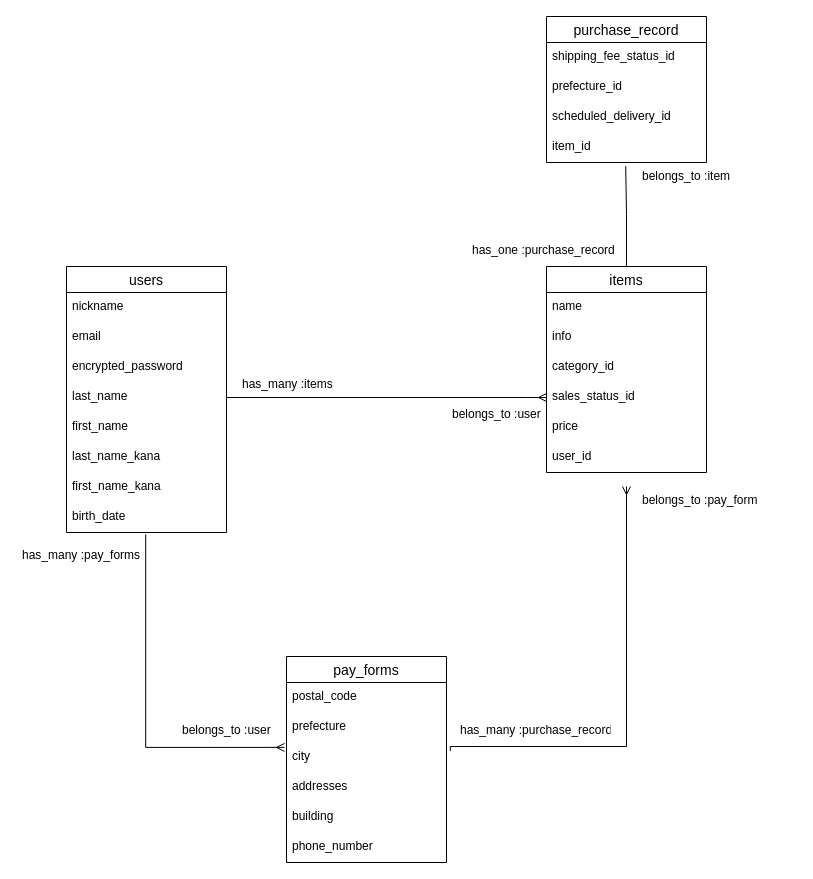
This is README.dio from kazuki-mura/furima-35491, a draw.io file, before an edit. Source tidied: cells renumbered, new cells numbered last; positions are measured from the earlier drawing's top-left corner, leaving out a move shared by most shapes. Both pictures are drawn from the tidied source at 100%, with x=0, y=0 at pixel (16, 16).
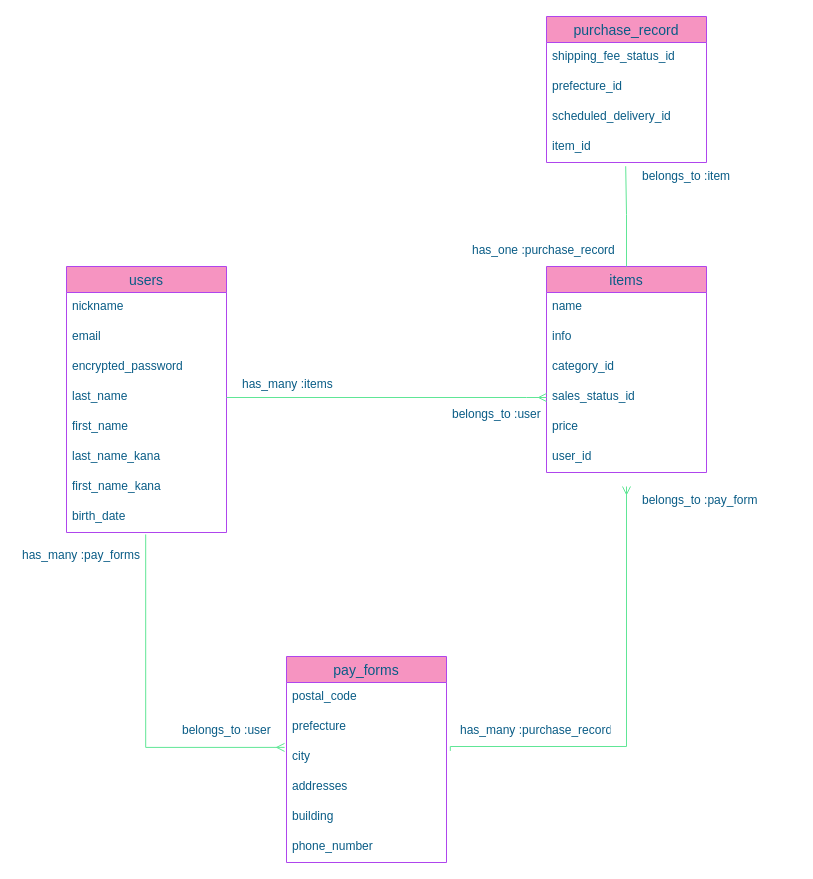
After the change.

Commit message (it also covers changes not shown here):
Basic認証を導入

The edit, as a diff of the source:
```diff
@@
-    <mxCell id="2" value="users" style="swimlane;fontStyle=0;horizontal=1;startSize=26;align=center;fontSize=14;" parent="1" vertex="1">
+    <mxCell id="2" value="users" style="swimlane;fontStyle=0;horizontal=1;startSize=26;align=center;fontSize=14;fillColor=#F694C1;strokeColor=#AF45ED;fontColor=#095C86;" parent="1" vertex="1">
       <mxGeometry x="50" y="250" width="160" height="266" as="geometry" />
     </mxCell>
-    <mxCell id="3" value="nickname" style="text;strokeColor=none;fillColor=none;spacingLeft=4;spacingRight=4;overflow=hidden;fontSize=12;fontFamily=Helvetica;" parent="2" vertex="1">
+    <mxCell id="3" value="nickname" style="text;strokeColor=none;fillColor=none;spacingLeft=4;spacingRight=4;overflow=hidden;fontSize=12;fontFamily=Helvetica;fontColor=#095C86;" parent="2" vertex="1">
       <mxGeometry y="26" width="160" height="30" as="geometry" />
     </mxCell>
-    <mxCell id="4" value="email" style="text;fillColor=none;spacingLeft=4;spacingRight=4;overflow=hidden;fontSize=12;" parent="2" vertex="1">
+    <mxCell id="4" value="email" style="text;fillColor=none;spacingLeft=4;spacingRight=4;overflow=hidden;fontSize=12;fontColor=#095C86;" parent="2" vertex="1">
       <mxGeometry y="56" width="160" height="30" as="geometry" />
     </mxCell>
-    <mxCell id="5" value="encrypted_password" style="text;strokeColor=none;fillColor=none;spacingLeft=4;spacingRight=4;overflow=hidden;fontSize=12;fontFamily=Helvetica;" parent="2" vertex="1">
+    <mxCell id="5" value="encrypted_password" style="text;strokeColor=none;fillColor=none;spacingLeft=4;spacingRight=4;overflow=hidden;fontSize=12;fontFamily=Helvetica;fontColor=#095C86;" parent="2" vertex="1">
       <mxGeometry y="86" width="160" height="30" as="geometry" />
     </mxCell>
-    <mxCell id="6" value="last_name" style="text;strokeColor=none;fillColor=none;spacingLeft=4;spacingRight=4;overflow=hidden;points=[[0,0.5],[1,0.5]];portConstraint=eastwest;fontSize=12;fontFamily=Helvetica;" parent="2" vertex="1">
+    <mxCell id="6" value="last_name" style="text;strokeColor=none;fillColor=none;spacingLeft=4;spacingRight=4;overflow=hidden;points=[[0,0.5],[1,0.5]];portConstraint=eastwest;fontSize=12;fontFamily=Helvetica;fontColor=#095C86;" parent="2" vertex="1">
       <mxGeometry y="116" width="160" height="30" as="geometry" />
     </mxCell>
-    <mxCell id="7" value="first_name " style="text;strokeColor=none;fillColor=none;spacingLeft=4;spacingRight=4;overflow=hidden;fontSize=12;fontFamily=Helvetica;" parent="2" vertex="1">
+    <mxCell id="7" value="first_name " style="text;strokeColor=none;fillColor=none;spacingLeft=4;spacingRight=4;overflow=hidden;fontSize=12;fontFamily=Helvetica;fontColor=#095C86;" parent="2" vertex="1">
       <mxGeometry y="146" width="160" height="30" as="geometry" />
     </mxCell>
-    <mxCell id="8" value="last_name_kana" style="text;strokeColor=none;fillColor=none;spacingLeft=4;spacingRight=4;overflow=hidden;fontSize=12;fontFamily=Helvetica;" parent="2" vertex="1">
+    <mxCell id="8" value="last_name_kana" style="text;strokeColor=none;fillColor=none;spacingLeft=4;spacingRight=4;overflow=hidden;fontSize=12;fontFamily=Helvetica;fontColor=#095C86;" parent="2" vertex="1">
       <mxGeometry y="176" width="160" height="30" as="geometry" />
     </mxCell>
-    <mxCell id="9" value="first_name_kana" style="text;strokeColor=none;fillColor=none;spacingLeft=4;spacingRight=4;overflow=hidden;fontSize=12;fontFamily=Helvetica;" parent="2" vertex="1">
+    <mxCell id="9" value="first_name_kana" style="text;strokeColor=none;fillColor=none;spacingLeft=4;spacingRight=4;overflow=hidden;fontSize=12;fontFamily=Helvetica;fontColor=#095C86;" parent="2" vertex="1">
       <mxGeometry y="206" width="160" height="30" as="geometry" />
     </mxCell>
-    <mxCell id="10" value="birth_date" style="text;strokeColor=none;fillColor=none;spacingLeft=4;spacingRight=4;overflow=hidden;points=[[0,0.5],[1,0.5]];portConstraint=eastwest;fontSize=12;fontFamily=Helvetica;" parent="2" vertex="1">
+    <mxCell id="10" value="birth_date" style="text;strokeColor=none;fillColor=none;spacingLeft=4;spacingRight=4;overflow=hidden;points=[[0,0.5],[1,0.5]];portConstraint=eastwest;fontSize=12;fontFamily=Helvetica;fontColor=#095C86;" parent="2" vertex="1">
       <mxGeometry y="236" width="160" height="30" as="geometry" />
     </mxCell>
-    <mxCell id="11" value="items" style="swimlane;fontStyle=0;horizontal=1;startSize=26;align=center;fontSize=14;" parent="1" vertex="1">
+    <mxCell id="11" value="items" style="swimlane;fontStyle=0;horizontal=1;startSize=26;align=center;fontSize=14;fillColor=#F694C1;strokeColor=#AF45ED;fontColor=#095C86;" parent="1" vertex="1">
       <mxGeometry x="530" y="250" width="160" height="206" as="geometry" />
     </mxCell>
-    <mxCell id="12" value="name" style="text;strokeColor=none;fillColor=none;spacingLeft=4;spacingRight=4;overflow=hidden;fontSize=12;fontFamily=Helvetica;" parent="11" vertex="1">
+    <mxCell id="12" value="name" style="text;strokeColor=none;fillColor=none;spacingLeft=4;spacingRight=4;overflow=hidden;fontSize=12;fontFamily=Helvetica;fontColor=#095C86;" parent="11" vertex="1">
       <mxGeometry y="26" width="160" height="30" as="geometry" />
     </mxCell>
-    <mxCell id="13" value="info" style="text;strokeColor=none;fillColor=none;spacingLeft=4;spacingRight=4;overflow=hidden;fontSize=12;" parent="11" vertex="1">
+    <mxCell id="13" value="info" style="text;strokeColor=none;fillColor=none;spacingLeft=4;spacingRight=4;overflow=hidden;fontSize=12;fontColor=#095C86;" parent="11" vertex="1">
       <mxGeometry y="56" width="160" height="30" as="geometry" />
     </mxCell>
-    <mxCell id="14" value="category_id" style="text;strokeColor=none;fillColor=none;spacingLeft=4;spacingRight=4;overflow=hidden;fontSize=12;fontFamily=Helvetica;" parent="11" vertex="1">
+    <mxCell id="14" value="category_id" style="text;strokeColor=none;fillColor=none;spacingLeft=4;spacingRight=4;overflow=hidden;fontSize=12;fontFamily=Helvetica;fontColor=#095C86;" parent="11" vertex="1">
       <mxGeometry y="86" width="160" height="30" as="geometry" />
     </mxCell>
-    <mxCell id="15" value="sales_status_id" style="text;strokeColor=none;fillColor=none;spacingLeft=4;spacingRight=4;overflow=hidden;points=[[0,0.5],[1,0.5]];portConstraint=eastwest;fontSize=12;fontFamily=Helvetica;" parent="11" vertex="1">
+    <mxCell id="15" value="sales_status_id" style="text;strokeColor=none;fillColor=none;spacingLeft=4;spacingRight=4;overflow=hidden;points=[[0,0.5],[1,0.5]];portConstraint=eastwest;fontSize=12;fontFamily=Helvetica;fontColor=#095C86;" parent="11" vertex="1">
       <mxGeometry y="116" width="160" height="30" as="geometry" />
     </mxCell>
-    <mxCell id="16" value="price" style="text;strokeColor=none;fillColor=none;spacingLeft=4;spacingRight=4;overflow=hidden;fontSize=12;fontFamily=Helvetica;" parent="11" vertex="1">
+    <mxCell id="16" value="price" style="text;strokeColor=none;fillColor=none;spacingLeft=4;spacingRight=4;overflow=hidden;fontSize=12;fontFamily=Helvetica;fontColor=#095C86;" parent="11" vertex="1">
       <mxGeometry y="146" width="160" height="30" as="geometry" />
     </mxCell>
-    <mxCell id="17" value="user_id" style="text;strokeColor=none;fillColor=none;spacingLeft=4;spacingRight=4;overflow=hidden;fontSize=12;fontFamily=Helvetica;" parent="11" vertex="1">
+    <mxCell id="17" value="user_id" style="text;strokeColor=none;fillColor=none;spacingLeft=4;spacingRight=4;overflow=hidden;fontSize=12;fontFamily=Helvetica;fontColor=#095C86;" parent="11" vertex="1">
       <mxGeometry y="176" width="160" height="30" as="geometry" />
     </mxCell>
-    <mxCell id="18" value="purchase_record" style="swimlane;fontStyle=0;horizontal=1;startSize=26;align=center;fontSize=14;" parent="1" vertex="1">
+    <mxCell id="18" value="purchase_record" style="swimlane;fontStyle=0;horizontal=1;startSize=26;align=center;fontSize=14;fillColor=#F694C1;strokeColor=#AF45ED;fontColor=#095C86;" parent="1" vertex="1">
       <mxGeometry x="530" width="160" height="146" as="geometry" />
     </mxCell>
-    <mxCell id="19" value="shipping_fee_status_id" style="text;strokeColor=none;fillColor=none;spacingLeft=4;spacingRight=4;overflow=hidden;fontSize=12;fontFamily=Helvetica;" parent="18" vertex="1">
+    <mxCell id="19" value="shipping_fee_status_id" style="text;strokeColor=none;fillColor=none;spacingLeft=4;spacingRight=4;overflow=hidden;fontSize=12;fontFamily=Helvetica;fontColor=#095C86;" parent="18" vertex="1">
       <mxGeometry y="26" width="160" height="30" as="geometry" />
     </mxCell>
-    <mxCell id="20" value="prefecture_id" style="text;strokeColor=none;fillColor=none;spacingLeft=4;spacingRight=4;overflow=hidden;fontSize=12;fontFamily=Helvetica;" parent="18" vertex="1">
+    <mxCell id="20" value="prefecture_id" style="text;strokeColor=none;fillColor=none;spacingLeft=4;spacingRight=4;overflow=hidden;fontSize=12;fontFamily=Helvetica;fontColor=#095C86;" parent="18" vertex="1">
       <mxGeometry y="56" width="160" height="30" as="geometry" />
     </mxCell>
-    <mxCell id="21" value="scheduled_delivery_id" style="text;strokeColor=none;fillColor=none;spacingLeft=4;spacingRight=4;overflow=hidden;fontSize=12;fontFamily=Helvetica;" parent="18" vertex="1">
+    <mxCell id="21" value="scheduled_delivery_id" style="text;strokeColor=none;fillColor=none;spacingLeft=4;spacingRight=4;overflow=hidden;fontSize=12;fontFamily=Helvetica;fontColor=#095C86;" parent="18" vertex="1">
       <mxGeometry y="86" width="160" height="30" as="geometry" />
     </mxCell>
-    <mxCell id="22" value="item_id" style="text;strokeColor=none;fillColor=none;spacingLeft=4;spacingRight=4;overflow=hidden;points=[[0,0.5],[1,0.5]];portConstraint=eastwest;fontSize=12;fontFamily=Helvetica;" parent="18" vertex="1">
+    <mxCell id="22" value="item_id" style="text;strokeColor=none;fillColor=none;spacingLeft=4;spacingRight=4;overflow=hidden;points=[[0,0.5],[1,0.5]];portConstraint=eastwest;fontSize=12;fontFamily=Helvetica;fontColor=#095C86;" parent="18" vertex="1">
       <mxGeometry y="116" width="160" height="30" as="geometry" />
     </mxCell>
-    <mxCell id="23" style="edgeStyle=orthogonalEdgeStyle;rounded=0;jettySize=auto;html=1;entryX=0;entryY=0.5;entryDx=0;entryDy=0;fontFamily=Helvetica;endArrow=ERmany;endFill=0;strokeWidth=1;" parent="1" edge="1" source="6" target="15">
+    <mxCell id="23" style="edgeStyle=orthogonalEdgeStyle;rounded=0;jettySize=auto;html=1;entryX=0;entryY=0.5;entryDx=0;entryDy=0;fontFamily=Helvetica;endArrow=ERmany;endFill=0;strokeWidth=1;strokeColor=#60E696;fontColor=#095C86;" parent="1" edge="1" source="6" target="15">
       <mxGeometry relative="1" as="geometry">
         <Array as="points">
           <mxPoint x="510" y="381" />
           <mxPoint x="510" y="381" />
         </Array>
       </mxGeometry>
     </mxCell>
-    <mxCell id="24" value="has_many :items" style="text;strokeColor=none;fillColor=none;spacingLeft=4;spacingRight=4;overflow=hidden;fontSize=12;" parent="1" vertex="1">
+    <mxCell id="24" value="has_many :items" style="text;strokeColor=none;fillColor=none;spacingLeft=4;spacingRight=4;overflow=hidden;fontSize=12;fontColor=#095C86;" parent="1" vertex="1">
       <mxGeometry x="220" y="354" width="160" height="30" as="geometry" />
     </mxCell>
-    <mxCell id="25" value="has_one :purchase_record" style="text;strokeColor=none;fillColor=none;spacingLeft=4;spacingRight=4;overflow=hidden;fontSize=12;" parent="1" vertex="1">
+    <mxCell id="25" value="has_one :purchase_record" style="text;strokeColor=none;fillColor=none;spacingLeft=4;spacingRight=4;overflow=hidden;fontSize=12;fontColor=#095C86;" parent="1" vertex="1">
       <mxGeometry x="450" y="220" width="160" height="30" as="geometry" />
     </mxCell>
-    <mxCell id="26" value="belongs_to :item" style="text;strokeColor=none;fillColor=none;spacingLeft=4;spacingRight=4;overflow=hidden;fontSize=12;" parent="1" vertex="1">
+    <mxCell id="26" value="belongs_to :item" style="text;strokeColor=none;fillColor=none;spacingLeft=4;spacingRight=4;overflow=hidden;fontSize=12;fontColor=#095C86;" parent="1" vertex="1">
       <mxGeometry x="620" y="146" width="160" height="30" as="geometry" />
     </mxCell>
-    <mxCell id="27" value="pay_forms" style="swimlane;fontStyle=0;horizontal=1;startSize=26;align=center;fontSize=14;" parent="1" vertex="1">
+    <mxCell id="27" value="pay_forms" style="swimlane;fontStyle=0;horizontal=1;startSize=26;align=center;fontSize=14;fillColor=#F694C1;strokeColor=#AF45ED;fontColor=#095C86;" parent="1" vertex="1">
       <mxGeometry x="270" y="640" width="160" height="206" as="geometry" />
     </mxCell>
-    <mxCell id="28" value="postal_code" style="text;strokeColor=none;fillColor=none;spacingLeft=4;spacingRight=4;overflow=hidden;fontSize=12;fontFamily=Helvetica;" parent="27" vertex="1">
+    <mxCell id="28" value="postal_code" style="text;strokeColor=none;fillColor=none;spacingLeft=4;spacingRight=4;overflow=hidden;fontSize=12;fontFamily=Helvetica;fontColor=#095C86;" parent="27" vertex="1">
       <mxGeometry y="26" width="160" height="30" as="geometry" />
     </mxCell>
-    <mxCell id="29" value="prefecture" style="text;strokeColor=none;fillColor=none;spacingLeft=4;spacingRight=4;overflow=hidden;fontSize=12;fontFamily=Helvetica;" parent="27" vertex="1">
+    <mxCell id="29" value="prefecture" style="text;strokeColor=none;fillColor=none;spacingLeft=4;spacingRight=4;overflow=hidden;fontSize=12;fontFamily=Helvetica;fontColor=#095C86;" parent="27" vertex="1">
       <mxGeometry y="56" width="160" height="30" as="geometry" />
     </mxCell>
-    <mxCell id="30" value="city" style="text;strokeColor=none;fillColor=none;spacingLeft=4;spacingRight=4;overflow=hidden;points=[[0,0.5],[1,0.5]];portConstraint=eastwest;fontSize=12;fontFamily=Helvetica;" parent="27" vertex="1">
+    <mxCell id="30" value="city" style="text;strokeColor=none;fillColor=none;spacingLeft=4;spacingRight=4;overflow=hidden;points=[[0,0.5],[1,0.5]];portConstraint=eastwest;fontSize=12;fontFamily=Helvetica;fontColor=#095C86;" parent="27" vertex="1">
       <mxGeometry y="86" width="160" height="30" as="geometry" />
     </mxCell>
-    <mxCell id="31" value="addresses" style="text;strokeColor=none;fillColor=none;spacingLeft=4;spacingRight=4;overflow=hidden;fontSize=12;fontFamily=Helvetica;" parent="27" vertex="1">
+    <mxCell id="31" value="addresses" style="text;strokeColor=none;fillColor=none;spacingLeft=4;spacingRight=4;overflow=hidden;fontSize=12;fontFamily=Helvetica;fontColor=#095C86;" parent="27" vertex="1">
       <mxGeometry y="116" width="160" height="30" as="geometry" />
     </mxCell>
-    <mxCell id="32" value="building" style="text;strokeColor=none;fillColor=none;spacingLeft=4;spacingRight=4;overflow=hidden;fontSize=12;fontFamily=Helvetica;" parent="27" vertex="1">
+    <mxCell id="32" value="building" style="text;strokeColor=none;fillColor=none;spacingLeft=4;spacingRight=4;overflow=hidden;fontSize=12;fontFamily=Helvetica;fontColor=#095C86;" parent="27" vertex="1">
       <mxGeometry y="146" width="160" height="30" as="geometry" />
     </mxCell>
-    <mxCell id="33" value="phone_number" style="text;strokeColor=none;fillColor=none;spacingLeft=4;spacingRight=4;overflow=hidden;fontSize=12;fontFamily=Helvetica;" parent="27" vertex="1">
+    <mxCell id="33" value="phone_number" style="text;strokeColor=none;fillColor=none;spacingLeft=4;spacingRight=4;overflow=hidden;fontSize=12;fontFamily=Helvetica;fontColor=#095C86;" parent="27" vertex="1">
       <mxGeometry y="176" width="160" height="30" as="geometry" />
     </mxCell>
-    <mxCell id="34" style="edgeStyle=orthogonalEdgeStyle;rounded=0;jettySize=auto;html=1;fontFamily=Helvetica;endArrow=ERmany;endFill=0;strokeWidth=1;exitX=0.495;exitY=1.065;exitDx=0;exitDy=0;exitPerimeter=0;entryX=-0.012;entryY=0.163;entryDx=0;entryDy=0;entryPerimeter=0;" parent="1" edge="1" source="10" target="30">
+    <mxCell id="34" style="edgeStyle=orthogonalEdgeStyle;rounded=0;jettySize=auto;html=1;fontFamily=Helvetica;endArrow=ERmany;endFill=0;strokeWidth=1;exitX=0.495;exitY=1.065;exitDx=0;exitDy=0;exitPerimeter=0;entryX=-0.012;entryY=0.163;entryDx=0;entryDy=0;entryPerimeter=0;strokeColor=#60E696;fontColor=#095C86;" parent="1" edge="1" source="10" target="30">
       <mxGeometry relative="1" as="geometry">
         <Array as="points">
           <mxPoint x="129" y="731" />
         </Array>
       </mxGeometry>
     </mxCell>
-    <mxCell id="35" value="has_many :pay_forms" style="text;strokeColor=none;fillColor=none;spacingLeft=4;spacingRight=4;overflow=hidden;fontSize=12;" parent="1" vertex="1">
+    <mxCell id="35" value="has_many :pay_forms" style="text;strokeColor=none;fillColor=none;spacingLeft=4;spacingRight=4;overflow=hidden;fontSize=12;fontColor=#095C86;" parent="1" vertex="1">
       <mxGeometry y="525" width="160" height="30" as="geometry" />
     </mxCell>
-    <mxCell id="36" value="belongs_to :user" style="text;strokeColor=none;fillColor=none;spacingLeft=4;spacingRight=4;overflow=hidden;fontSize=12;" parent="1" vertex="1">
+    <mxCell id="36" value="belongs_to :user" style="text;strokeColor=none;fillColor=none;spacingLeft=4;spacingRight=4;overflow=hidden;fontSize=12;fontColor=#095C86;" parent="1" vertex="1">
       <mxGeometry x="430" y="384" width="160" height="26" as="geometry" />
     </mxCell>
-    <mxCell id="37" value="belongs_to :user" style="text;strokeColor=none;fillColor=none;spacingLeft=4;spacingRight=4;overflow=hidden;fontSize=12;" parent="1" vertex="1">
+    <mxCell id="37" value="belongs_to :user" style="text;strokeColor=none;fillColor=none;spacingLeft=4;spacingRight=4;overflow=hidden;fontSize=12;fontColor=#095C86;" parent="1" vertex="1">
       <mxGeometry x="160" y="700" width="160" height="30" as="geometry" />
     </mxCell>
-    <mxCell id="38" style="edgeStyle=orthogonalEdgeStyle;rounded=0;jettySize=auto;html=1;startSize=15;endArrow=none;endFill=0;strokeWidth=1;fontFamily=Helvetica;entryX=0.495;entryY=1.124;entryDx=0;entryDy=0;entryPerimeter=0;exitX=0.5;exitY=0;exitDx=0;exitDy=0;" parent="1" edge="1" source="11" target="22">
+    <mxCell id="38" style="edgeStyle=orthogonalEdgeStyle;rounded=0;jettySize=auto;html=1;startSize=15;endArrow=none;endFill=0;strokeWidth=1;fontFamily=Helvetica;entryX=0.495;entryY=1.124;entryDx=0;entryDy=0;entryPerimeter=0;exitX=0.5;exitY=0;exitDx=0;exitDy=0;strokeColor=#60E696;fontColor=#095C86;" parent="1" edge="1" source="11" target="22">
       <mxGeometry relative="1" as="geometry">
         <Array as="points">
           <mxPoint x="610" y="198" />
           <mxPoint x="609" y="150" />
         </Array>
       </mxGeometry>
     </mxCell>
-    <mxCell id="39" style="edgeStyle=orthogonalEdgeStyle;rounded=0;jettySize=auto;html=1;fontFamily=Helvetica;endArrow=ERmany;endFill=0;strokeWidth=1;exitX=1.024;exitY=0.28;exitDx=0;exitDy=0;exitPerimeter=0;" parent="1" edge="1" source="30">
+    <mxCell id="39" style="edgeStyle=orthogonalEdgeStyle;rounded=0;jettySize=auto;html=1;fontFamily=Helvetica;endArrow=ERmany;endFill=0;strokeWidth=1;exitX=1.024;exitY=0.28;exitDx=0;exitDy=0;exitPerimeter=0;strokeColor=#60E696;fontColor=#095C86;" parent="1" edge="1" source="30">
       <mxGeometry relative="1" as="geometry">
         <mxPoint x="610" y="470" as="targetPoint" />
         <Array as="points">
           <mxPoint x="434" y="730" />
           <mxPoint x="610" y="730" />
         </Array>
       </mxGeometry>
     </mxCell>
-    <mxCell id="40" value="has_many :purchase_record" style="text;strokeColor=none;fillColor=none;spacingLeft=4;spacingRight=4;overflow=hidden;fontSize=12;" parent="1" vertex="1">
+    <mxCell id="40" value="has_many :purchase_record" style="text;strokeColor=none;fillColor=none;spacingLeft=4;spacingRight=4;overflow=hidden;fontSize=12;fontColor=#095C86;" parent="1" vertex="1">
       <mxGeometry x="438" y="700" width="160" height="30" as="geometry" />
     </mxCell>
-    <mxCell id="41" value="belongs_to :pay_form" style="text;strokeColor=none;fillColor=none;spacingLeft=4;spacingRight=4;overflow=hidden;fontSize=12;" parent="1" vertex="1">
+    <mxCell id="41" value="belongs_to :pay_form" style="text;strokeColor=none;fillColor=none;spacingLeft=4;spacingRight=4;overflow=hidden;fontSize=12;fontColor=#095C86;" parent="1" vertex="1">
       <mxGeometry x="620" y="470" width="160" height="30" as="geometry" />
     </mxCell>
```
